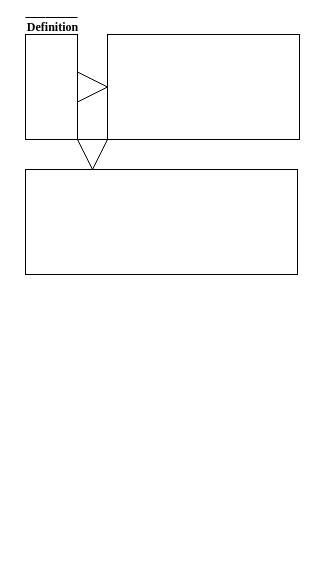
The draw.io diagram BasicRealAnalysis.drawio in gc778/Basic-Real-Analysis, before the edit. Source tidied: cells renumbered, new cells numbered last; positions are measured from the earlier drawing's top-left corner, leaving out a move shared by most shapes. Both pictures are drawn from the tidied source at 100%, with x=0, y=0 at pixel (17, 17).
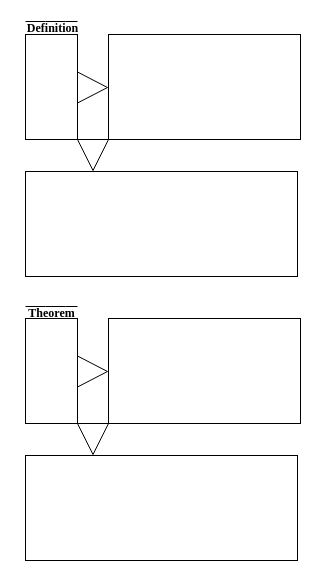
After the change.

The edit, as a diff of the source:
```diff
@@
 <mxGraphModel background="#ffffff">
   <root>
     <mxCell id="0" />
     <mxCell id="1" parent="0" />
     <mxCell id="2" value="&lt;font face=&quot;Times New Roman&quot;&gt;&lt;b&gt;Definition&lt;/b&gt;&lt;/font&gt;" style="text;html=1;align=center;verticalAlign=middle;" parent="1" vertex="1">
-      <mxGeometry width="70" height="20" as="geometry" />
+      <mxGeometry y="1" width="70" height="20" as="geometry" />
     </mxCell>
     <mxCell id="3" style="endArrow=none;html=1;" parent="1" edge="1">
       <mxGeometry relative="1" as="geometry">
-        <mxPoint x="8" as="sourcePoint" />
-        <mxPoint x="60" as="targetPoint" />
+        <mxPoint x="8" y="4" as="sourcePoint" />
+        <mxPoint x="60" y="4" as="targetPoint" />
         <Array as="points">
-          <mxPoint x="38" />
+          <mxPoint x="38" y="4" />
         </Array>
       </mxGeometry>
     </mxCell>
     <mxCell id="4" style="whiteSpace=wrap;html=1;" parent="1" vertex="1">
       <mxGeometry x="8" y="17" width="52" height="105" as="geometry" />
     </mxCell>
     <mxCell id="5" style="rounded=0;whiteSpace=wrap;html=1;" parent="1" vertex="1">
-      <mxGeometry x="90" y="17" width="192" height="105" as="geometry" />
+      <mxGeometry x="91" y="17" width="192" height="105" as="geometry" />
     </mxCell>
     <mxCell id="6" style="rounded=0;whiteSpace=wrap;html=1;" parent="1" vertex="1">
-      <mxGeometry x="8" y="152" width="272" height="105" as="geometry" />
+      <mxGeometry x="8" y="154" width="272" height="105" as="geometry" />
     </mxCell>
     <mxCell id="7" style="triangle;whiteSpace=wrap;html=1;" parent="1" vertex="1">
-      <mxGeometry x="60" y="54.5" width="30" height="30" as="geometry" />
+      <mxGeometry x="60" y="54.5" width="30" height="31" as="geometry" />
     </mxCell>
     <mxCell id="8" style="triangle;whiteSpace=wrap;html=1;rotation=90;" parent="1" vertex="1">
-      <mxGeometry x="60" y="122" width="30" height="30" as="geometry" />
+      <mxGeometry x="60" y="122" width="31" height="31" as="geometry" />
     </mxCell>
+    <mxCell id="9" style="endArrow=none;html=1;" parent="1" edge="1">
+      <mxGeometry relative="1" as="geometry">
+        <mxPoint x="8" y="289" as="sourcePoint" />
+        <mxPoint x="60" y="289" as="targetPoint" />
+        <Array as="points">
+          <mxPoint x="38" y="289" />
+        </Array>
+      </mxGeometry>
+    </mxCell>
+    <mxCell id="10" style="whiteSpace=wrap;html=1;" parent="1" vertex="1">
+      <mxGeometry x="8" y="301" width="52" height="105" as="geometry" />
+    </mxCell>
+    <mxCell id="11" style="rounded=0;whiteSpace=wrap;html=1;" parent="1" vertex="1">
+      <mxGeometry x="91" y="301" width="192" height="105" as="geometry" />
+    </mxCell>
+    <mxCell id="12" style="rounded=0;whiteSpace=wrap;html=1;" parent="1" vertex="1">
+      <mxGeometry x="8" y="438" width="272" height="105" as="geometry" />
+    </mxCell>
+    <mxCell id="13" style="triangle;whiteSpace=wrap;html=1;" parent="1" vertex="1">
+      <mxGeometry x="60" y="338.5" width="30" height="31" as="geometry" />
+    </mxCell>
+    <mxCell id="14" style="triangle;whiteSpace=wrap;html=1;rotation=90;" parent="1" vertex="1">
+      <mxGeometry x="60" y="406" width="31" height="31" as="geometry" />
+    </mxCell>
+    <mxCell id="15" value="&lt;font face=&quot;Times New Roman&quot;&gt;&lt;b&gt;Theorem&lt;/b&gt;&lt;/font&gt;" style="text;html=1;align=center;verticalAlign=middle;" parent="1" vertex="1">
+      <mxGeometry x="4" y="286" width="60" height="20" as="geometry" />
+    </mxCell>
   </root>
 </mxGraphModel>
```
